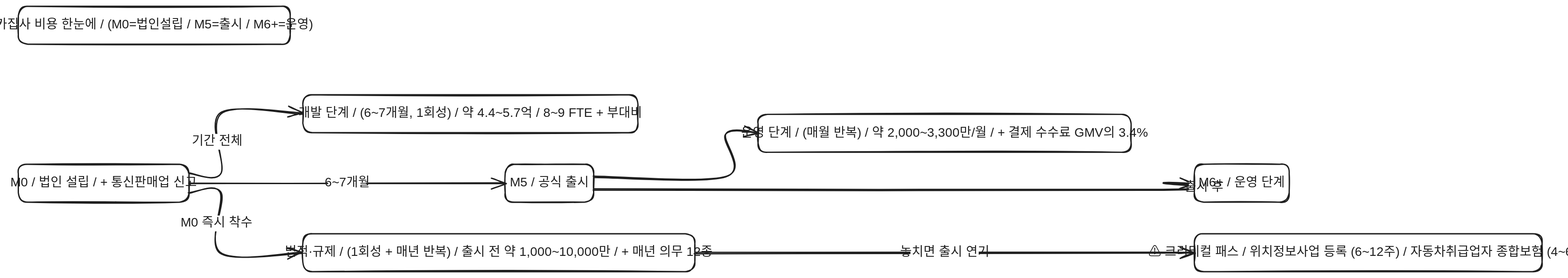
This is diagrams/06-cost-overview.excalidraw.svg from serendibeats/cargypsy, a Excalidraw export, as it was before one commit. Source tidied: one line per element, renumbered; positions are measured from the earlier drawing's top-left corner, leaving out a move shared by most shapes.
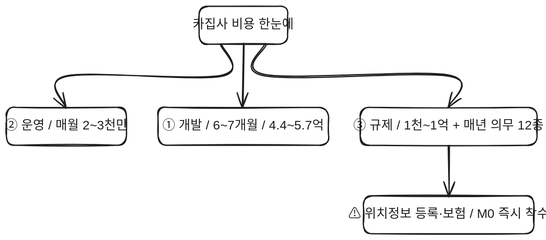
The same diagram one commit later.

What changed in the source:
```diff
@@ -1,27 +1,14 @@
-{"id": 0, "type": "rectangle", "strokeColor": "#1e1e1e", "strokeWidth": 2, "roughness": 1, "round": true, "x": 19, "y": 250, "width": 270, "height": 60}
-{"id": 1, "type": "text", "text": "M0 / 법인 설립 / + 통신판매업 신고", "strokeColor": "#1e1e1e", "strokeWidth": 2, "roughness": 1, "fontSize": 20, "fontFamily": 5, "textAlign": "center", "verticalAlign": "middle", "x": 16, "y": 268, "width": 276, "height": 25}
-{"id": 2, "type": "rectangle", "strokeColor": "#1e1e1e", "strokeWidth": 2, "roughness": 1, "round": true, "x": 789, "y": 250, "width": 140, "height": 60}
-{"id": 3, "type": "text", "text": "M5 / 공식 출시", "strokeColor": "#1e1e1e", "strokeWidth": 2, "roughness": 1, "fontSize": 20, "fontFamily": 5, "textAlign": "center", "verticalAlign": "middle", "x": 799, "y": 268, "width": 120, "height": 25}
-{"id": 4, "type": "rectangle", "strokeColor": "#1e1e1e", "strokeWidth": 2, "roughness": 1, "round": true, "x": 1879, "y": 250, "width": 150, "height": 60}
-{"id": 5, "type": "text", "text": "M6+ / 운영 단계", "strokeColor": "#1e1e1e", "strokeWidth": 2, "roughness": 1, "fontSize": 20, "fontFamily": 5, "textAlign": "center", "verticalAlign": "middle", "x": 1888, "y": 268, "width": 132, "height": 25}
-{"id": 6, "type": "rectangle", "strokeColor": "#1e1e1e", "strokeWidth": 2, "roughness": 1, "round": true, "x": 469, "y": 140, "width": 530, "height": 60}
-{"id": 7, "type": "text", "text": "개발 단계 / (6~7개월, 1회성) / 약 4.4~5.7억 / 8~9 FTE + 부대비", "strokeColor": "#1e1e1e", "strokeWidth": 2, "roughness": 1, "fontSize": 20, "fontFamily": 5, "textAlign": "center", "verticalAlign": "middle", "x": 440, "y": 158, "width": 588, "height": 25}
-{"id": 8, "type": "rectangle", "strokeColor": "#1e1e1e", "strokeWidth": 2, "roughness": 1, "round": true, "x": 469, "y": 360, "width": 620, "height": 60}
-{"id": 9, "type": "text", "text": "법적·규제 / (1회성 + 매년 반복) / 출시 전 약 1,000~10,000만 / + 매년 의무 12종", "strokeColor": "#1e1e1e", "strokeWidth": 2, "roughness": 1, "fontSize": 20, "fontFamily": 5, "textAlign": "center", "verticalAlign": "middle", "x": 431, "y": 378, "width": 696, "height": 25}
-{"id": 10, "type": "rectangle", "strokeColor": "#1e1e1e", "strokeWidth": 2, "roughness": 1, "round": true, "x": 1189, "y": 171, "width": 590, "height": 60}
-{"id": 11, "type": "text", "text": "운영 단계 / (매월 반복) / 약 2,000~3,300만/월 / + 결제 수수료 GMV의 3.4%", "strokeColor": "#1e1e1e", "strokeWidth": 2, "roughness": 1, "fontSize": 20, "fontFamily": 5, "textAlign": "center", "verticalAlign": "middle", "x": 1154, "y": 188, "width": 660, "height": 25}
-{"id": 12, "type": "rectangle", "strokeColor": "#1e1e1e", "strokeWidth": 2, "roughness": 1, "round": true, "x": 1879, "y": 360, "width": 550, "height": 60}
-{"id": 13, "type": "text", "text": "⚠ 크리티컬 패스 / 위치정보사업 등록 (6~12주) / 자동차취급업자 종합보험 (4~6주)", "strokeColor": "#1e1e1e", "strokeWidth": 2, "roughness": 1, "fontSize": 20, "fontFamily": 5, "textAlign": "center", "verticalAlign": "middle", "x": 1848, "y": 378, "width": 612, "height": 25}
-{"id": 14, "type": "rectangle", "strokeColor": "#1e1e1e", "strokeWidth": 2, "roughness": 1, "round": true, "x": 19, "y": 0, "width": 430, "height": 60}
-{"id": 15, "type": "text", "text": "카집사 비용 한눈에 / (M0=법인설립 / M5=출시 / M6+=운영)", "strokeColor": "#1e1e1e", "strokeWidth": 2, "roughness": 1, "fontSize": 20, "fontFamily": 5, "textAlign": "center", "verticalAlign": "middle", "x": 0, "y": 18, "width": 468, "height": 25}
-{"id": 16, "type": "arrow", "strokeColor": "#1e1e1e", "strokeWidth": 2, "roughness": 1, "endArrowhead": "arrow", "round": true, "from": 0, "to": 2, "x": 289, "y": 280, "width": 500, "height": 0, "points": [[0, 0], [500, 0]]}
-{"id": 17, "type": "text", "text": "6~7개월", "strokeColor": "#1e1e1e", "strokeWidth": 2, "roughness": 1, "fontSize": 20, "fontFamily": 5, "textAlign": "center", "verticalAlign": "middle", "inside": 16, "x": 509, "y": 268, "width": 60, "height": 25}
-{"id": 18, "type": "arrow", "strokeColor": "#1e1e1e", "strokeWidth": 2, "roughness": 1, "endArrowhead": "arrow", "round": true, "from": 2, "to": 4, "x": 929, "y": 290, "width": 950, "height": 10, "points": [[0, 0], [900, 0], [900, -10], [950, -10]]}
-{"id": 19, "type": "text", "text": "출시 후", "strokeColor": "#1e1e1e", "strokeWidth": 2, "roughness": 1, "fontSize": 20, "fontFamily": 5, "textAlign": "center", "verticalAlign": "middle", "inside": 18, "x": 1805, "y": 268, "width": 48, "height": 25}
-{"id": 20, "type": "arrow", "strokeColor": "#1e1e1e", "strokeWidth": 2, "roughness": 1, "endArrowhead": "arrow", "round": true, "from": 0, "to": 6, "x": 289, "y": 265, "width": 180, "height": 95, "points": [[0, 0], [50, 0], [50, -95], [180, -95]]}
-{"id": 21, "type": "text", "text": "기간 전체", "strokeColor": "#1e1e1e", "strokeWidth": 2, "roughness": 1, "fontSize": 20, "fontFamily": 5, "textAlign": "center", "verticalAlign": "middle", "inside": 20, "x": 309, "y": 158, "width": 60, "height": 25}
-{"id": 22, "type": "arrow", "strokeColor": "#1e1e1e", "strokeWidth": 2, "roughness": 1, "endArrowhead": "arrow", "round": true, "from": 0, "to": 8, "x": 289, "y": 295, "width": 180, "height": 95, "points": [[0, 0], [50, 0], [50, 95], [180, 95]]}
-{"id": 23, "type": "text", "text": "M0 즉시 착수", "strokeColor": "#1e1e1e", "strokeWidth": 2, "roughness": 1, "fontSize": 20, "fontFamily": 5, "textAlign": "center", "verticalAlign": "middle", "inside": 22, "x": 291, "y": 378, "width": 96, "height": 25}
-{"id": 24, "type": "arrow", "strokeColor": "#1e1e1e", "strokeWidth": 2, "roughness": 1, "endArrowhead": "arrow", "round": true, "from": 2, "to": 10, "x": 929, "y": 270, "width": 260, "height": 69, "points": [[0, 0], [210, 0], [210, -69], [260, -69]]}
-{"id": 25, "type": "arrow", "strokeColor": "#1e1e1e", "strokeWidth": 2, "roughness": 1, "endArrowhead": "arrow", "round": true, "from": 8, "to": 12, "x": 1089, "y": 390, "width": 790, "height": 0, "points": [[0, 0], [790, 0]]}
-{"id": 26, "type": "text", "text": "놓치면 출시 연기", "strokeColor": "#1e1e1e", "strokeWidth": 2, "roughness": 1, "fontSize": 20, "fontFamily": 5, "textAlign": "center", "verticalAlign": "middle", "inside": 25, "x": 1430, "y": 378, "width": 108, "height": 25}
+{"id": 27, "type": "rectangle", "strokeColor": "#1e1e1e", "strokeWidth": 2, "roughness": 1, "round": true, "x": 324, "y": 0, "width": 140, "height": 60}
+{"id": 28, "type": "text", "text": "카집사 비용 한눈에", "strokeColor": "#1e1e1e", "strokeWidth": 2, "roughness": 1, "fontSize": 20, "fontFamily": 5, "textAlign": "center", "verticalAlign": "middle", "x": 334, "y": 18, "width": 120, "height": 25}
+{"id": 29, "type": "rectangle", "strokeColor": "#1e1e1e", "strokeWidth": 2, "roughness": 1, "round": true, "x": 259, "y": 160, "width": 270, "height": 60}
+{"id": 30, "type": "text", "text": "① 개발 / 6~7개월 / 4.4~5.7억", "strokeColor": "#1e1e1e", "strokeWidth": 2, "roughness": 1, "fontSize": 20, "fontFamily": 5, "textAlign": "center", "verticalAlign": "middle", "x": 256, "y": 178, "width": 276, "height": 25}
+{"id": 31, "type": "rectangle", "strokeColor": "#1e1e1e", "strokeWidth": 2, "roughness": 1, "round": true, "x": 19, "y": 160, "width": 190, "height": 60}
+{"id": 32, "type": "text", "text": "② 운영 / 매월 2~3천만", "strokeColor": "#1e1e1e", "strokeWidth": 2, "roughness": 1, "fontSize": 20, "fontFamily": 5, "textAlign": "center", "verticalAlign": "middle", "x": 24, "y": 178, "width": 180, "height": 25}
+{"id": 33, "type": "rectangle", "strokeColor": "#1e1e1e", "strokeWidth": 2, "roughness": 1, "round": true, "x": 579, "y": 160, "width": 280, "height": 60}
+{"id": 34, "type": "text", "text": "③ 규제 / 1천~1억 + 매년 의무 12종", "strokeColor": "#1e1e1e", "strokeWidth": 2, "roughness": 1, "fontSize": 20, "fontFamily": 5, "textAlign": "center", "verticalAlign": "middle", "x": 575, "y": 178, "width": 288, "height": 25}
+{"id": 35, "type": "rectangle", "strokeColor": "#1e1e1e", "strokeWidth": 2, "roughness": 1, "round": true, "x": 584, "y": 300, "width": 270, "height": 60}
+{"id": 36, "type": "text", "text": "⚠ 위치정보 등록·보험 / M0 즉시 착수", "strokeColor": "#1e1e1e", "strokeWidth": 2, "roughness": 1, "fontSize": 20, "fontFamily": 5, "textAlign": "center", "verticalAlign": "middle", "x": 581, "y": 318, "width": 276, "height": 25}
+{"id": 37, "type": "arrow", "strokeColor": "#1e1e1e", "strokeWidth": 2, "roughness": 1, "endArrowhead": "arrow", "round": true, "from": 27, "to": 29, "x": 394, "y": 60, "width": 0, "height": 100, "points": [[0, 0], [0, 100]]}
+{"id": 38, "type": "arrow", "strokeColor": "#1e1e1e", "strokeWidth": 2, "roughness": 1, "endArrowhead": "arrow", "round": true, "from": 27, "to": 31, "x": 359, "y": 60, "width": 245, "height": 100, "points": [[0, 0], [0, 50], [-245, 50], [-245, 100]]}
+{"id": 39, "type": "arrow", "strokeColor": "#1e1e1e", "strokeWidth": 2, "roughness": 1, "endArrowhead": "arrow", "round": true, "from": 27, "to": 33, "x": 429, "y": 60, "width": 290, "height": 100, "points": [[0, 0], [0, 50], [290, 50], [290, 100]]}
+{"id": 40, "type": "arrow", "strokeColor": "#1e1e1e", "strokeWidth": 2, "roughness": 1, "endArrowhead": "arrow", "round": true, "from": 33, "to": 35, "x": 719, "y": 220, "width": 0, "height": 80, "points": [[0, 0], [0, 80]]}
```
